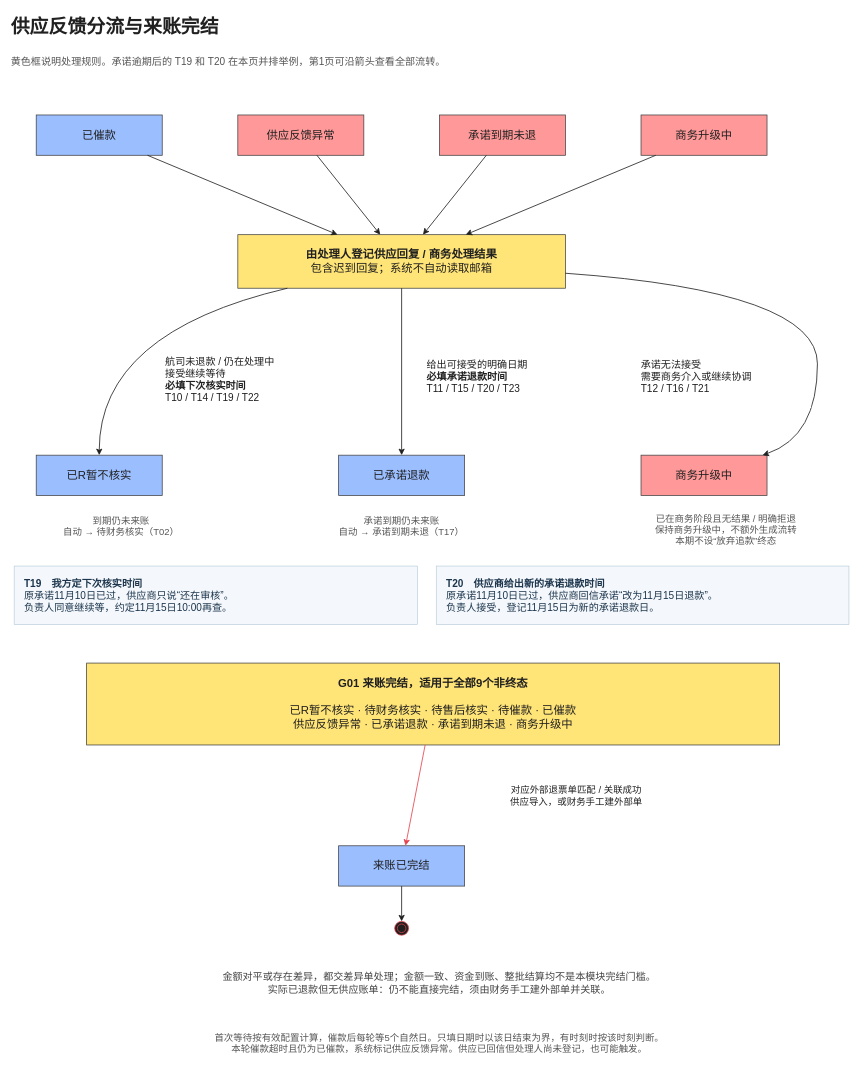
Above: page "02 供应反馈分流与来账完结" (2 of 2) of 已R未退/已R未退状态机.drawio in luojj99/AI-NATIVE-SDLC (draw.io), before the change. Source tidied: cells renumbered, new cells numbered last; positions are measured from the earlier drawing's top-left corner, leaving out a move shared by most shapes. Both pictures are drawn from the tidied source at 63%, with x=0, y=0 at pixel (11, 11).
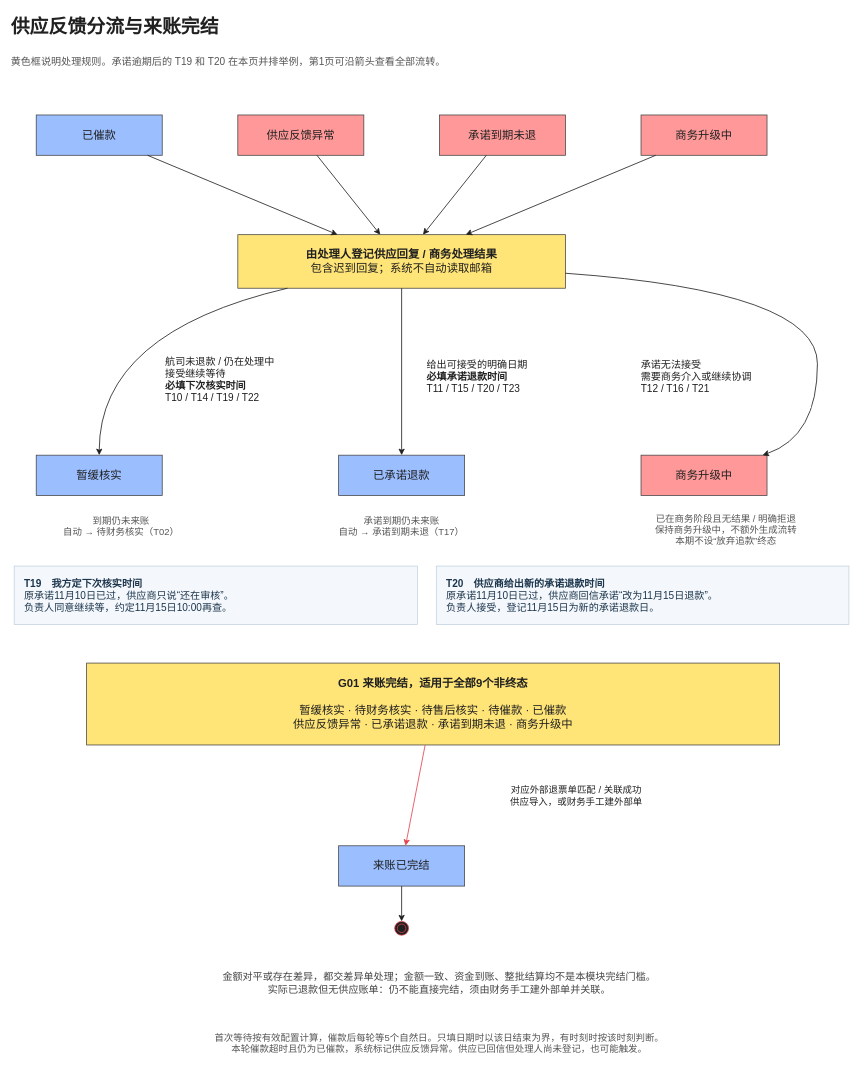
After the change.

Change to the diagram source:
```diff
@@
-    <mxCell id="13" value="已R暂不核实" style="rounded=0;whiteSpace=wrap;html=1;fillColor=#9BBEFF;strokeColor=#424242;strokeWidth=1.2;fontColor=#202020;fontFamily=Microsoft YaHei;fontSize=18;spacing=8;" parent="1" vertex="1">
+    <mxCell id="13" value="暂缓核实" style="rounded=0;whiteSpace=wrap;html=1;fillColor=#9BBEFF;strokeColor=#424242;strokeWidth=1.2;fontColor=#202020;fontFamily=Microsoft YaHei;fontSize=18;spacing=8;" parent="1" vertex="1">
       <mxGeometry x="40" y="705" width="200" height="64" as="geometry" />
     </mxCell>
@@
-    <mxCell id="25" value="&lt;b&gt;G01 来账完结，适用于全部9个非终态&lt;/b&gt;&lt;br&gt;&lt;br&gt;已R暂不核实 · 待财务核实 · 待售后核实 · 待催款 · 已催款&lt;br&gt;供应反馈异常 · 已承诺退款 · 承诺到期未退 · 商务升级中" style="rounded=0;whiteSpace=wrap;html=1;fillColor=#FFE477;strokeColor=#424242;strokeWidth=1.2;fontColor=#202020;fontFamily=Microsoft YaHei;fontSize=18;spacing=8;fontSize=18;" parent="1" vertex="1">
+    <mxCell id="25" value="&lt;b&gt;G01 来账完结，适用于全部9个非终态&lt;/b&gt;&lt;br&gt;&lt;br&gt;暂缓核实 · 待财务核实 · 待售后核实 · 待催款 · 已催款&lt;br&gt;供应反馈异常 · 已承诺退款 · 承诺到期未退 · 商务升级中" style="rounded=0;whiteSpace=wrap;html=1;fillColor=#FFE477;strokeColor=#424242;strokeWidth=1.2;fontColor=#202020;fontFamily=Microsoft YaHei;fontSize=18;spacing=8;fontSize=18;" parent="1" vertex="1">
       <mxGeometry x="120" y="1035" width="1100" height="130" as="geometry" />
     </mxCell>
```
